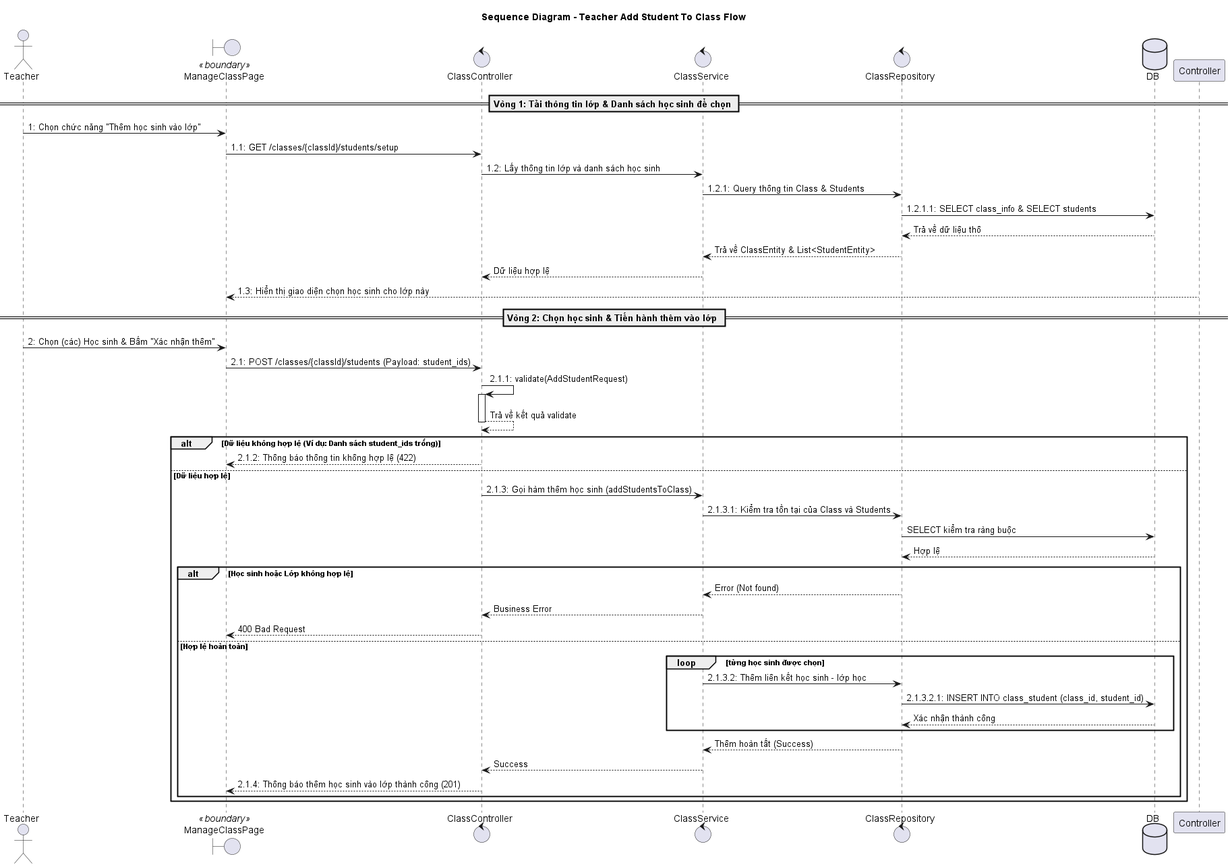
The PlantUML diagram out/sequence/Add Student to Class/add_student_to_class_sequence.png in Faythpromax/E-Learning, before a commit. The source it was exported from:
```plantuml
@startuml add_student_to_class_sequence
title Sequence Diagram - Teacher Add Student To Class Flow

actor Teacher
boundary "ManageClassPage" as UI <<boundary>>
control ClassController
control ClassService
control ClassRepository
database DB

== Vòng 1: Tải thông tin lớp & Danh sách học sinh để chọn ==

Teacher -> UI: 1: Chọn chức năng "Thêm học sinh vào lớp"
UI -> ClassController: 1.1: GET /classes/{classId}/students/setup

ClassController -> ClassService: 1.2: Lấy thông tin lớp và danh sách học sinh
ClassService -> ClassRepository: 1.2.1: Query thông tin Class & Students
ClassRepository -> DB: 1.2.1.1: SELECT class_info & SELECT students
DB --> ClassRepository: Trả về dữ liệu thô
ClassRepository --> ClassService: Trả về ClassEntity & List<StudentEntity>
ClassService --> ClassController: Dữ liệu hợp lệ
Controller --> UI: 1.3: Hiển thị giao diện chọn học sinh cho lớp này

== Vòng 2: Chọn học sinh & Tiến hành thêm vào lớp ==

Teacher -> UI: 2: Chọn (các) Học sinh & Bấm "Xác nhận thêm"
UI -> ClassController: 2.1: POST /classes/{classId}/students (Payload: student_ids)

ClassController -> ClassController++: 2.1.1: validate(AddStudentRequest)
ClassController --> ClassController--: Trả về kết quả validate

alt Dữ liệu không hợp lệ (Ví dụ: Danh sách student_ids trống)
    ClassController --> UI: 2.1.2: Thông báo thông tin không hợp lệ (422)
else Dữ liệu hợp lệ
    ClassController -> ClassService: 2.1.3: Gọi hàm thêm học sinh (addStudentsToClass)

    ClassService -> ClassRepository: 2.1.3.1: Kiểm tra tồn tại của Class và Students
    ClassRepository -> DB: SELECT kiểm tra ràng buộc
    DB --> ClassRepository: Hợp lệ

    alt Học sinh hoặc Lớp không hợp lệ
        ClassRepository --> ClassService: Error (Not found)
        ClassService --> ClassController: Business Error
        ClassController --> UI: 400 Bad Request
    else Hợp lệ hoàn toàn
        loop từng học sinh được chọn
            ClassService -> ClassRepository: 2.1.3.2: Thêm liên kết học sinh - lớp học
            ClassRepository -> DB: 2.1.3.2.1: INSERT INTO class_student (class_id, student_id)
            DB --> ClassRepository: Xác nhận thành công
        end

        ClassRepository --> ClassService: Thêm hoàn tất (Success)
        ClassService --> ClassController: Success
        ClassController --> UI: 2.1.4: Thông báo thêm học sinh vào lớp thành công (201)
    end
end

@enduml
```
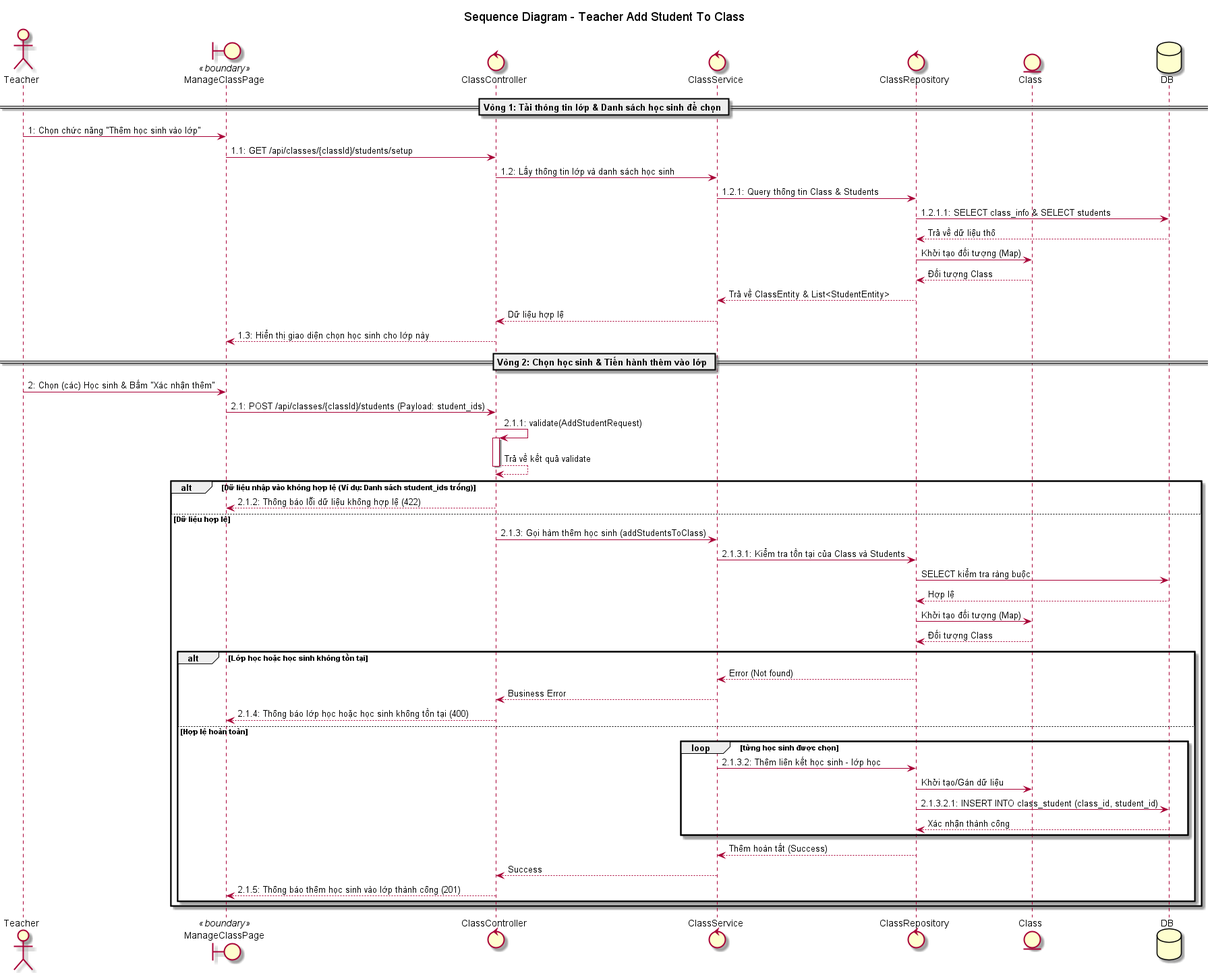
Later version of the same file.

Change to the diagram source:
```diff
@@ -1,57 +1,63 @@
 @startuml add_student_to_class_sequence
-title Sequence Diagram - Teacher Add Student To Class Flow
+title Sequence Diagram - Teacher Add Student To Class
 
 actor Teacher
 boundary "ManageClassPage" as UI <<boundary>>
 control ClassController
 control ClassService
 control ClassRepository
+entity "Class" as class
 database DB
 
 == Vòng 1: Tải thông tin lớp & Danh sách học sinh để chọn ==
 
 Teacher -> UI: 1: Chọn chức năng "Thêm học sinh vào lớp"
-UI -> ClassController: 1.1: GET /classes/{classId}/students/setup
+UI -> ClassController: 1.1: GET /api/classes/{classId}/students/setup
 
 ClassController -> ClassService: 1.2: Lấy thông tin lớp và danh sách học sinh
 ClassService -> ClassRepository: 1.2.1: Query thông tin Class & Students
 ClassRepository -> DB: 1.2.1.1: SELECT class_info & SELECT students
 DB --> ClassRepository: Trả về dữ liệu thô
+ClassRepository -> class: Khởi tạo đối tượng (Map)
+class --> ClassRepository: Đối tượng Class
 ClassRepository --> ClassService: Trả về ClassEntity & List<StudentEntity>
 ClassService --> ClassController: Dữ liệu hợp lệ
-Controller --> UI: 1.3: Hiển thị giao diện chọn học sinh cho lớp này
+ClassController --> UI: 1.3: Hiển thị giao diện chọn học sinh cho lớp này
 
 == Vòng 2: Chọn học sinh & Tiến hành thêm vào lớp ==
 
 Teacher -> UI: 2: Chọn (các) Học sinh & Bấm "Xác nhận thêm"
-UI -> ClassController: 2.1: POST /classes/{classId}/students (Payload: student_ids)
+UI -> ClassController: 2.1: POST /api/classes/{classId}/students (Payload: student_ids)
 
 ClassController -> ClassController++: 2.1.1: validate(AddStudentRequest)
 ClassController --> ClassController--: Trả về kết quả validate
 
-alt Dữ liệu không hợp lệ (Ví dụ: Danh sách student_ids trống)
-    ClassController --> UI: 2.1.2: Thông báo thông tin không hợp lệ (422)
+alt Dữ liệu nhập vào không hợp lệ (Ví dụ: Danh sách student_ids trống)
+    ClassController --> UI: 2.1.2: Thông báo lỗi dữ liệu không hợp lệ (422)
 else Dữ liệu hợp lệ
     ClassController -> ClassService: 2.1.3: Gọi hàm thêm học sinh (addStudentsToClass)
 
     ClassService -> ClassRepository: 2.1.3.1: Kiểm tra tồn tại của Class và Students
     ClassRepository -> DB: SELECT kiểm tra ràng buộc
     DB --> ClassRepository: Hợp lệ
+    ClassRepository -> class: Khởi tạo đối tượng (Map)
+    class --> ClassRepository: Đối tượng Class
 
-    alt Học sinh hoặc Lớp không hợp lệ
+    alt Lớp học hoặc học sinh không tồn tại
         ClassRepository --> ClassService: Error (Not found)
         ClassService --> ClassController: Business Error
-        ClassController --> UI: 400 Bad Request
+        ClassController --> UI: 2.1.4: Thông báo lớp học hoặc học sinh không tồn tại (400)
     else Hợp lệ hoàn toàn
         loop từng học sinh được chọn
             ClassService -> ClassRepository: 2.1.3.2: Thêm liên kết học sinh - lớp học
+            ClassRepository -> class: Khởi tạo/Gán dữ liệu
             ClassRepository -> DB: 2.1.3.2.1: INSERT INTO class_student (class_id, student_id)
             DB --> ClassRepository: Xác nhận thành công
         end
 
         ClassRepository --> ClassService: Thêm hoàn tất (Success)
         ClassService --> ClassController: Success
-        ClassController --> UI: 2.1.4: Thông báo thêm học sinh vào lớp thành công (201)
+        ClassController --> UI: 2.1.5: Thông báo thêm học sinh vào lớp thành công (201)
     end
 end
 
```
